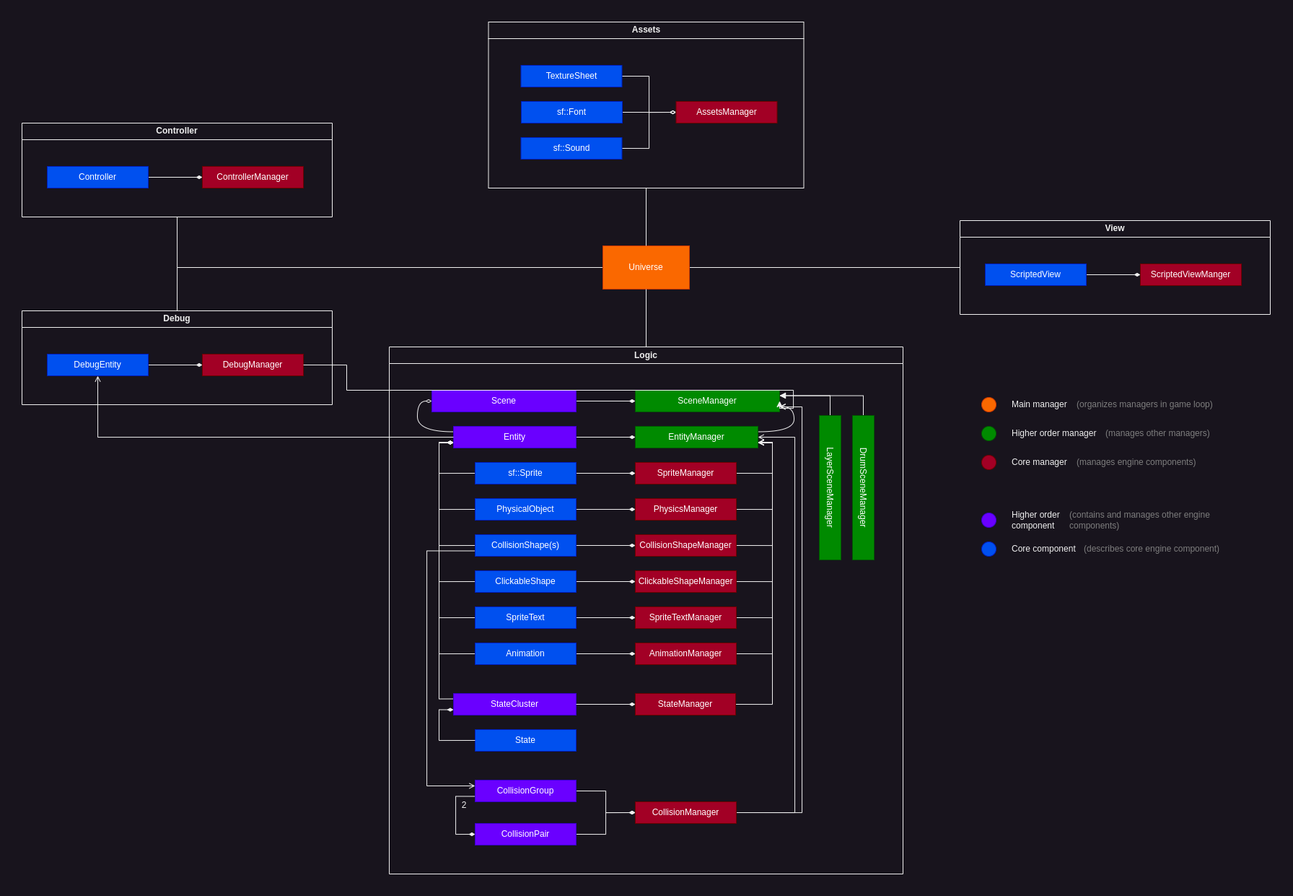
The draw.io diagram notes/Engine.drawio.png in codeandjoy/SGE, before a commit. Source tidied: cells renumbered, new cells last; positions are measured from the earlier drawing's top-left corner, leaving out a move shared by most shapes.
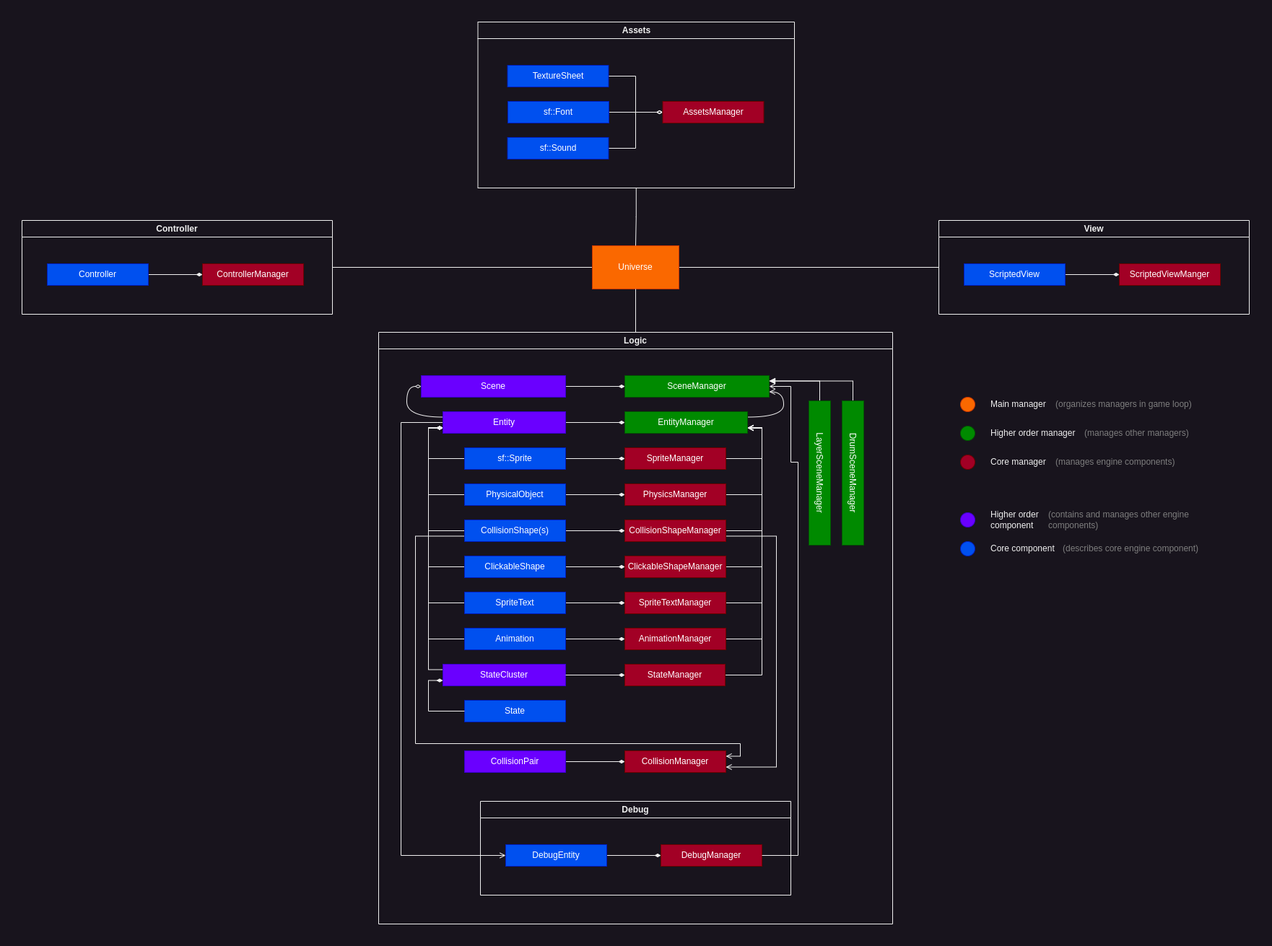
Above is the later version.

What changed in the source:
```diff
@@ -2,23 +2,20 @@
   <root>
     <mxCell id="0" />
     <mxCell id="1" parent="0" />
+    <mxCell id="4" style="edgeStyle=orthogonalEdgeStyle;rounded=0;jettySize=auto;html=1;exitX=1;exitY=0.5;exitDx=0;exitDy=0;entryX=0;entryY=0.5;entryDx=0;entryDy=0;endArrow=none;endFill=0;" parent="1" edge="1" source="5" target="99">
+      <mxGeometry relative="1" as="geometry" />
+    </mxCell>
-    <mxCell id="2" style="edgeStyle=orthogonalEdgeStyle;rounded=0;jettySize=auto;html=1;exitX=0;exitY=0.5;exitDx=0;exitDy=0;entryX=0.5;entryY=1;entryDx=0;entryDy=0;endArrow=none;endFill=0;" parent="1" edge="1" source="5" target="88">
+    <mxCell id="2" style="edgeStyle=orthogonalEdgeStyle;rounded=0;jettySize=auto;html=1;exitX=0;exitY=0.5;exitDx=0;exitDy=0;entryX=1;entryY=0.5;entryDx=0;entryDy=0;endArrow=none;endFill=0;" parent="1" edge="1" source="5" target="88">
       <mxGeometry relative="1" as="geometry" />
     </mxCell>
-    <mxCell id="3" style="edgeStyle=orthogonalEdgeStyle;rounded=0;jettySize=auto;html=1;exitX=0;exitY=0.5;exitDx=0;exitDy=0;entryX=0.5;entryY=0;entryDx=0;entryDy=0;endArrow=none;endFill=0;" parent="1" edge="1" source="5" target="76">
-      <mxGeometry relative="1" as="geometry" />
-    </mxCell>
-    <mxCell id="4" style="edgeStyle=orthogonalEdgeStyle;rounded=0;jettySize=auto;html=1;exitX=1;exitY=0.5;exitDx=0;exitDy=0;entryX=0;entryY=0.5;entryDx=0;entryDy=0;endArrow=none;endFill=0;" parent="1" edge="1" source="5" target="99">
-      <mxGeometry relative="1" as="geometry" />
-    </mxCell>
     <mxCell id="5" value="&lt;font color=&quot;#ffffff&quot;&gt;Universe&lt;/font&gt;" style="rounded=0;whiteSpace=wrap;html=1;fillColor=#fa6800;fontColor=#000000;strokeColor=#C73500;" parent="1" vertex="1">
-      <mxGeometry x="805" y="310" width="120" height="60" as="geometry" />
+      <mxGeometry x="820" y="310" width="120" height="60" as="geometry" />
     </mxCell>
     <mxCell id="6" style="edgeStyle=orthogonalEdgeStyle;rounded=0;jettySize=auto;html=1;exitX=0.5;exitY=0;exitDx=0;exitDy=0;entryX=0.5;entryY=1;entryDx=0;entryDy=0;endArrow=none;endFill=0;" parent="1" edge="1" source="7" target="5">
       <mxGeometry relative="1" as="geometry" />
     </mxCell>
     <mxCell id="7" value="Logic" style="swimlane;whiteSpace=wrap;html=1;" parent="1" vertex="1">
-      <mxGeometry x="509" y="450" width="712" height="730" as="geometry" />
+      <mxGeometry x="524" y="430" width="712" height="820" as="geometry" />
     </mxCell>
     <mxCell id="8" style="edgeStyle=orthogonalEdgeStyle;rounded=0;jettySize=auto;html=1;exitX=1;exitY=0.5;exitDx=0;exitDy=0;entryX=0;entryY=0.5;entryDx=0;entryDy=0;endArrow=diamondThin;endFill=1;" parent="7" edge="1" source="9" target="32">
       <mxGeometry relative="1" as="geometry" />
@@ -32,6 +29,14 @@
     <mxCell id="11" style="edgeStyle=orthogonalEdgeStyle;rounded=0;jettySize=auto;html=1;exitX=1;exitY=0.5;exitDx=0;exitDy=0;entryX=0;entryY=0.5;entryDx=0;entryDy=0;endArrow=diamondThin;endFill=1;" parent="7" edge="1" source="12" target="34">
       <mxGeometry relative="1" as="geometry" />
     </mxCell>
+    <mxCell id="103" style="edgeStyle=orthogonalEdgeStyle;rounded=0;jettySize=auto;html=1;exitX=0;exitY=0.5;exitDx=0;exitDy=0;entryX=0;entryY=0.5;entryDx=0;entryDy=0;endArrow=open;endFill=0;" parent="7" edge="1" source="12" target="78">
+      <mxGeometry relative="1" as="geometry">
+        <Array as="points">
+          <mxPoint x="31" y="125" />
+          <mxPoint x="31" y="725" />
+        </Array>
+      </mxGeometry>
+    </mxCell>
     <mxCell id="12" value="Entity" style="rounded=0;whiteSpace=wrap;html=1;fillColor=#6a00ff;fontColor=#ffffff;strokeColor=#3700CC;" parent="7" vertex="1">
       <mxGeometry x="89" y="110" width="170" height="30" as="geometry" />
     </mxCell>
@@ -59,15 +64,16 @@
     <mxCell id="20" style="edgeStyle=orthogonalEdgeStyle;rounded=0;jettySize=auto;html=1;exitX=1;exitY=0.5;exitDx=0;exitDy=0;entryX=0;entryY=0.5;entryDx=0;entryDy=0;endArrow=diamondThin;endFill=1;" parent="7" edge="1" source="22" target="40">
       <mxGeometry relative="1" as="geometry" />
     </mxCell>
-    <mxCell id="21" style="edgeStyle=orthogonalEdgeStyle;rounded=0;jettySize=auto;html=1;exitX=0;exitY=0.75;exitDx=0;exitDy=0;entryX=0;entryY=0.25;entryDx=0;entryDy=0;endArrow=open;endFill=0;" parent="7" edge="1" source="22" target="66">
-      <mxGeometry relative="1" as="geometry">
-        <Array as="points">
-          <mxPoint x="52" y="283" />
-          <mxPoint x="52" y="608" />
-          <mxPoint x="119" y="608" />
-        </Array>
-      </mxGeometry>
-    </mxCell>
+    <mxCell id="105" style="edgeStyle=orthogonalEdgeStyle;rounded=0;jettySize=auto;html=1;exitX=0;exitY=0.75;exitDx=0;exitDy=0;entryX=1;entryY=0.25;entryDx=0;entryDy=0;endArrow=open;endFill=0;" parent="7" edge="1" source="22" target="49">
+      <mxGeometry relative="1" as="geometry">
+        <Array as="points">
+          <mxPoint x="51" y="283" />
+          <mxPoint x="51" y="570" />
+          <mxPoint x="501" y="570" />
+          <mxPoint x="501" y="587" />
+        </Array>
+      </mxGeometry>
+    </mxCell>
     <mxCell id="22" value="CollisionShape(s)" style="rounded=0;whiteSpace=wrap;html=1;fillColor=#0050ef;fontColor=#ffffff;strokeColor=#001DBC;" parent="7" vertex="1">
       <mxGeometry x="119" y="260" width="140" height="30" as="geometry" />
     </mxCell>
@@ -122,6 +128,14 @@
     <mxCell id="39" style="edgeStyle=orthogonalEdgeStyle;rounded=0;jettySize=auto;html=1;exitX=1;exitY=0.5;exitDx=0;exitDy=0;entryX=1;entryY=0.75;entryDx=0;entryDy=0;endArrow=open;endFill=0;" parent="7" edge="1" source="40" target="34">
       <mxGeometry relative="1" as="geometry" />
     </mxCell>
+    <mxCell id="106" style="edgeStyle=orthogonalEdgeStyle;rounded=0;jettySize=auto;html=1;exitX=1;exitY=0.75;exitDx=0;exitDy=0;entryX=1;entryY=0.75;entryDx=0;entryDy=0;endArrow=open;endFill=0;" parent="7" edge="1" source="40" target="49">
+      <mxGeometry relative="1" as="geometry">
+        <Array as="points">
+          <mxPoint x="551" y="283" />
+          <mxPoint x="551" y="603" />
+        </Array>
+      </mxGeometry>
+    </mxCell>
     <mxCell id="40" value="CollisionShapeManager" style="rounded=0;whiteSpace=wrap;html=1;fillColor=#a20025;fontColor=#ffffff;strokeColor=#6F0000;" parent="7" vertex="1">
       <mxGeometry x="341" y="260" width="140" height="30" as="geometry" />
     </mxCell>
@@ -143,38 +157,15 @@
     <mxCell id="46" value="AnimationManager" style="rounded=0;whiteSpace=wrap;html=1;fillColor=#a20025;fontColor=#ffffff;strokeColor=#6F0000;" parent="7" vertex="1">
       <mxGeometry x="341" y="410" width="140" height="30" as="geometry" />
     </mxCell>
-    <mxCell id="47" style="edgeStyle=orthogonalEdgeStyle;rounded=0;jettySize=auto;html=1;exitX=1;exitY=0.5;exitDx=0;exitDy=0;entryX=1;entryY=0.5;entryDx=0;entryDy=0;endArrow=open;endFill=0;" parent="7" edge="1" source="49" target="34">
-      <mxGeometry relative="1" as="geometry">
-        <Array as="points">
-          <mxPoint x="562" y="645" />
-          <mxPoint x="562" y="125" />
-        </Array>
-      </mxGeometry>
-    </mxCell>
-    <mxCell id="48" style="edgeStyle=orthogonalEdgeStyle;rounded=0;jettySize=auto;html=1;exitX=1;exitY=0.5;exitDx=0;exitDy=0;entryX=1;entryY=0.75;entryDx=0;entryDy=0;endArrow=open;endFill=0;" parent="7" edge="1" source="49" target="32">
-      <mxGeometry relative="1" as="geometry">
-        <Array as="points">
-          <mxPoint x="572" y="645" />
-          <mxPoint x="572" y="83" />
-          <mxPoint x="541" y="83" />
-        </Array>
-      </mxGeometry>
-    </mxCell>
     <mxCell id="49" value="CollisionManager" style="rounded=0;whiteSpace=wrap;html=1;fillColor=#a20025;fontColor=#ffffff;strokeColor=#6F0000;" parent="7" vertex="1">
-      <mxGeometry x="341" y="630" width="140" height="30" as="geometry" />
+      <mxGeometry x="341" y="580" width="140" height="30" as="geometry" />
     </mxCell>
-    <mxCell id="50" style="edgeStyle=orthogonalEdgeStyle;rounded=0;jettySize=auto;html=1;exitX=1;exitY=0.5;exitDx=0;exitDy=0;entryX=0;entryY=0.5;entryDx=0;entryDy=0;endArrow=diamondThin;endFill=1;" parent="7" edge="1" source="66" target="49">
-      <mxGeometry relative="1" as="geometry" />
-    </mxCell>
     <mxCell id="51" style="edgeStyle=orthogonalEdgeStyle;rounded=0;jettySize=auto;html=1;exitX=1;exitY=0.5;exitDx=0;exitDy=0;entryX=0;entryY=0.5;entryDx=0;entryDy=0;endArrow=diamondThin;endFill=1;" parent="7" edge="1" source="52" target="49">
       <mxGeometry relative="1" as="geometry" />
     </mxCell>
     <mxCell id="52" value="CollisionPair" style="rounded=0;whiteSpace=wrap;html=1;fillColor=#6a00ff;fontColor=#ffffff;strokeColor=#3700CC;" parent="7" vertex="1">
-      <mxGeometry x="119" y="660" width="140" height="30" as="geometry" />
+      <mxGeometry x="119" y="580" width="140" height="30" as="geometry" />
     </mxCell>
-    <mxCell id="53" value="2" style="text;html=1;strokeColor=none;fillColor=none;align=center;verticalAlign=middle;whiteSpace=wrap;rounded=0;" parent="7" vertex="1">
-      <mxGeometry x="73.5" y="620" width="60" height="30" as="geometry" />
-    </mxCell>
     <mxCell id="54" style="edgeStyle=orthogonalEdgeStyle;rounded=0;jettySize=auto;html=1;exitX=0;exitY=0.5;exitDx=0;exitDy=0;entryX=1;entryY=0.25;entryDx=0;entryDy=0;endArrow=block;endFill=1;" parent="7" edge="1" source="55" target="32">
       <mxGeometry relative="1" as="geometry" />
     </mxCell>
@@ -191,16 +182,16 @@
       <mxGeometry relative="1" as="geometry" />
     </mxCell>
     <mxCell id="59" value="StateCluster" style="rounded=0;whiteSpace=wrap;html=1;fillColor=#6a00ff;fontColor=#ffffff;strokeColor=#3700CC;" parent="7" vertex="1">
-      <mxGeometry x="89" y="480" width="170" height="30" as="geometry" />
+      <mxGeometry x="89" y="460" width="170" height="30" as="geometry" />
     </mxCell>
     <mxCell id="60" value="State" style="rounded=0;whiteSpace=wrap;html=1;fillColor=#0050ef;fontColor=#ffffff;strokeColor=#001DBC;" parent="7" vertex="1">
-      <mxGeometry x="119" y="530" width="140" height="30" as="geometry" />
+      <mxGeometry x="119" y="510" width="140" height="30" as="geometry" />
     </mxCell>
     <mxCell id="61" style="edgeStyle=orthogonalEdgeStyle;rounded=0;jettySize=auto;html=1;exitX=1;exitY=0.5;exitDx=0;exitDy=0;entryX=1;entryY=0.75;entryDx=0;entryDy=0;endArrow=open;endFill=0;" parent="7" edge="1" source="62" target="34">
       <mxGeometry relative="1" as="geometry" />
     </mxCell>
     <mxCell id="62" value="StateManager" style="rounded=0;whiteSpace=wrap;html=1;fillColor=#a20025;fontColor=#ffffff;strokeColor=#6F0000;" parent="7" vertex="1">
-      <mxGeometry x="341" y="480" width="139" height="30" as="geometry" />
+      <mxGeometry x="341" y="460" width="139" height="30" as="geometry" />
     </mxCell>
     <mxCell id="63" style="edgeStyle=orthogonalEdgeStyle;rounded=0;jettySize=auto;html=1;exitX=0;exitY=0.5;exitDx=0;exitDy=0;entryX=0;entryY=0.75;entryDx=0;entryDy=0;endArrow=diamondThin;endFill=1;" parent="7" edge="1" source="60" target="59">
       <mxGeometry relative="1" as="geometry" />
@@ -208,56 +199,55 @@
     <mxCell id="64" style="edgeStyle=orthogonalEdgeStyle;rounded=0;jettySize=auto;html=1;exitX=1;exitY=0.5;exitDx=0;exitDy=0;entryX=0;entryY=0.5;entryDx=0;entryDy=0;endArrow=diamondThin;endFill=1;" parent="7" edge="1" source="59" target="62">
       <mxGeometry relative="1" as="geometry" />
     </mxCell>
-    <mxCell id="65" style="edgeStyle=orthogonalEdgeStyle;rounded=0;jettySize=auto;html=1;exitX=0;exitY=0.75;exitDx=0;exitDy=0;entryX=0;entryY=0.5;entryDx=0;entryDy=0;endArrow=diamondThin;endFill=1;" parent="7" edge="1" source="66" target="52">
-      <mxGeometry relative="1" as="geometry">
-        <Array as="points">
-          <mxPoint x="92" y="623" />
-          <mxPoint x="92" y="675" />
-        </Array>
-      </mxGeometry>
-    </mxCell>
-    <mxCell id="66" value="CollisionGroup" style="rounded=0;whiteSpace=wrap;html=1;fillColor=#6a00ff;fontColor=#ffffff;strokeColor=#3700CC;" parent="7" vertex="1">
-      <mxGeometry x="119" y="600" width="140" height="30" as="geometry" />
-    </mxCell>
+    <mxCell id="76" value="Debug" style="swimlane;whiteSpace=wrap;html=1;" parent="7" vertex="1">
+      <mxGeometry x="141" y="650" width="430" height="130" as="geometry" />
+    </mxCell>
+    <mxCell id="77" style="edgeStyle=orthogonalEdgeStyle;rounded=0;jettySize=auto;html=1;exitX=1;exitY=0.5;exitDx=0;exitDy=0;entryX=0;entryY=0.5;entryDx=0;entryDy=0;endArrow=diamondThin;endFill=1;" parent="76" edge="1" source="78" target="79">
+      <mxGeometry relative="1" as="geometry" />
+    </mxCell>
+    <mxCell id="78" value="DebugEntity" style="rounded=0;whiteSpace=wrap;html=1;fillColor=#0050ef;fontColor=#ffffff;strokeColor=#001DBC;" parent="76" vertex="1">
+      <mxGeometry x="35" y="60" width="140" height="30" as="geometry" />
+    </mxCell>
+    <mxCell id="79" value="DebugManager" style="rounded=0;whiteSpace=wrap;html=1;fillColor=#a20025;fontColor=#ffffff;strokeColor=#6F0000;" parent="76" vertex="1">
+      <mxGeometry x="250" y="60" width="140" height="30" as="geometry" />
+    </mxCell>
+    <mxCell id="104" style="edgeStyle=orthogonalEdgeStyle;rounded=0;jettySize=auto;html=1;exitX=1;exitY=0.5;exitDx=0;exitDy=0;entryX=1;entryY=0.5;entryDx=0;entryDy=0;endArrow=open;endFill=0;" parent="7" edge="1" source="79" target="32">
+      <mxGeometry relative="1" as="geometry">
+        <Array as="points">
+          <mxPoint x="581" y="725" />
+          <mxPoint x="581" y="180" />
+          <mxPoint x="571" y="180" />
+          <mxPoint x="571" y="75" />
+        </Array>
+      </mxGeometry>
+    </mxCell>
     <mxCell id="67" style="edgeStyle=orthogonalEdgeStyle;rounded=0;jettySize=auto;html=1;exitX=0.5;exitY=1;exitDx=0;exitDy=0;entryX=0.5;entryY=0;entryDx=0;entryDy=0;endArrow=none;endFill=0;" parent="1" edge="1" source="68" target="5">
       <mxGeometry relative="1" as="geometry" />
     </mxCell>
     <mxCell id="68" value="Assets" style="swimlane;whiteSpace=wrap;html=1;" parent="1" vertex="1">
-      <mxGeometry x="646.5" width="437" height="230" as="geometry" />
+      <mxGeometry x="661.5" width="438.5" height="230" as="geometry" />
     </mxCell>
     <mxCell id="69" style="edgeStyle=orthogonalEdgeStyle;rounded=0;jettySize=auto;html=1;exitX=1;exitY=0.5;exitDx=0;exitDy=0;entryX=0;entryY=0.5;entryDx=0;entryDy=0;endArrow=diamondThin;endFill=0;" parent="68" edge="1" source="70" target="75">
       <mxGeometry relative="1" as="geometry" />
     </mxCell>
     <mxCell id="70" value="TextureSheet" style="rounded=0;whiteSpace=wrap;html=1;fillColor=#0050ef;fontColor=#ffffff;strokeColor=#001DBC;" parent="68" vertex="1">
-      <mxGeometry x="45" y="60" width="140" height="30" as="geometry" />
+      <mxGeometry x="41" y="60" width="140" height="30" as="geometry" />
     </mxCell>
     <mxCell id="71" style="edgeStyle=orthogonalEdgeStyle;rounded=0;jettySize=auto;html=1;exitX=1;exitY=0.5;exitDx=0;exitDy=0;entryX=0;entryY=0.5;entryDx=0;entryDy=0;endArrow=diamondThin;endFill=0;" parent="68" edge="1" source="72" target="75">
       <mxGeometry relative="1" as="geometry" />
     </mxCell>
     <mxCell id="72" value="sf::Font" style="rounded=0;whiteSpace=wrap;html=1;fillColor=#0050ef;fontColor=#ffffff;strokeColor=#001DBC;" parent="68" vertex="1">
-      <mxGeometry x="45.5" y="110" width="140" height="30" as="geometry" />
+      <mxGeometry x="41.5" y="110" width="140" height="30" as="geometry" />
     </mxCell>
     <mxCell id="73" style="edgeStyle=orthogonalEdgeStyle;rounded=0;jettySize=auto;html=1;exitX=1;exitY=0.5;exitDx=0;exitDy=0;entryX=0;entryY=0.5;entryDx=0;entryDy=0;endArrow=diamondThin;endFill=0;" parent="68" edge="1" source="74" target="75">
       <mxGeometry relative="1" as="geometry" />
     </mxCell>
     <mxCell id="74" value="sf::Sound" style="rounded=0;whiteSpace=wrap;html=1;fillColor=#0050ef;fontColor=#ffffff;strokeColor=#001DBC;" parent="68" vertex="1">
-      <mxGeometry x="45" y="160" width="140" height="30" as="geometry" />
+      <mxGeometry x="41" y="160" width="140" height="30" as="geometry" />
     </mxCell>
     <mxCell id="75" value="AssetsManager" style="rounded=0;whiteSpace=wrap;html=1;fillColor=#a20025;fontColor=#ffffff;strokeColor=#6F0000;" parent="68" vertex="1">
-      <mxGeometry x="260" y="110" width="140" height="30" as="geometry" />
+      <mxGeometry x="256" y="110" width="140" height="30" as="geometry" />
     </mxCell>
-    <mxCell id="76" value="Debug" style="swimlane;whiteSpace=wrap;html=1;" parent="1" vertex="1">
-      <mxGeometry y="400" width="430" height="130" as="geometry" />
-    </mxCell>
-    <mxCell id="77" style="edgeStyle=orthogonalEdgeStyle;rounded=0;jettySize=auto;html=1;exitX=1;exitY=0.5;exitDx=0;exitDy=0;entryX=0;entryY=0.5;entryDx=0;entryDy=0;endArrow=diamondThin;endFill=1;" parent="76" edge="1" source="78" target="79">
-      <mxGeometry relative="1" as="geometry" />
-    </mxCell>
-    <mxCell id="78" value="DebugEntity" style="rounded=0;whiteSpace=wrap;html=1;fillColor=#0050ef;fontColor=#ffffff;strokeColor=#001DBC;" parent="76" vertex="1">
-      <mxGeometry x="35" y="60" width="140" height="30" as="geometry" />
-    </mxCell>
-    <mxCell id="79" value="DebugManager" style="rounded=0;whiteSpace=wrap;html=1;fillColor=#a20025;fontColor=#ffffff;strokeColor=#6F0000;" parent="76" vertex="1">
-      <mxGeometry x="250" y="60" width="140" height="30" as="geometry" />
-    </mxCell>
     <mxCell id="80" style="ellipse;whiteSpace=wrap;html=1;fillColor=#a20025;fontColor=#ffffff;strokeColor=#6F0000;" parent="1" vertex="1">
       <mxGeometry x="1330" y="600" width="20" height="20" as="geometry" />
     </mxCell>
@@ -283,7 +273,7 @@
       <mxGeometry x="1370" y="515" width="100" height="30" as="geometry" />
     </mxCell>
     <mxCell id="88" value="Controller" style="swimlane;whiteSpace=wrap;html=1;" parent="1" vertex="1">
-      <mxGeometry y="140" width="430" height="130" as="geometry" />
+      <mxGeometry x="30" y="275" width="430" height="130" as="geometry" />
     </mxCell>
     <mxCell id="89" style="edgeStyle=orthogonalEdgeStyle;rounded=0;jettySize=auto;html=1;exitX=1;exitY=0.5;exitDx=0;exitDy=0;entryX=0;entryY=0.5;entryDx=0;entryDy=0;endArrow=diamondThin;endFill=1;" parent="88" edge="1" source="90" target="91">
       <mxGeometry relative="1" as="geometry" />
@@ -327,18 +317,5 @@
     <mxCell id="102" value="ScriptedViewManger" style="rounded=0;whiteSpace=wrap;html=1;fillColor=#a20025;fontColor=#ffffff;strokeColor=#6F0000;" parent="99" vertex="1">
       <mxGeometry x="250" y="60" width="140" height="30" as="geometry" />
     </mxCell>
-    <mxCell id="103" style="edgeStyle=orthogonalEdgeStyle;rounded=0;jettySize=auto;html=1;exitX=0;exitY=0.5;exitDx=0;exitDy=0;entryX=0.5;entryY=1;entryDx=0;entryDy=0;endArrow=open;endFill=0;" parent="1" edge="1" source="12" target="78">
-      <mxGeometry relative="1" as="geometry" />
-    </mxCell>
-    <mxCell id="104" style="edgeStyle=orthogonalEdgeStyle;rounded=0;jettySize=auto;html=1;exitX=1;exitY=0.5;exitDx=0;exitDy=0;entryX=1;entryY=0.5;entryDx=0;entryDy=0;" parent="1" edge="1" source="79" target="32">
-      <mxGeometry relative="1" as="geometry">
-        <Array as="points">
-          <mxPoint x="450" y="475" />
-          <mxPoint x="450" y="510" />
-          <mxPoint x="1069" y="510" />
-          <mxPoint x="1069" y="535" />
-        </Array>
-      </mxGeometry>
-    </mxCell>
   </root>
 </mxGraphModel>
```
